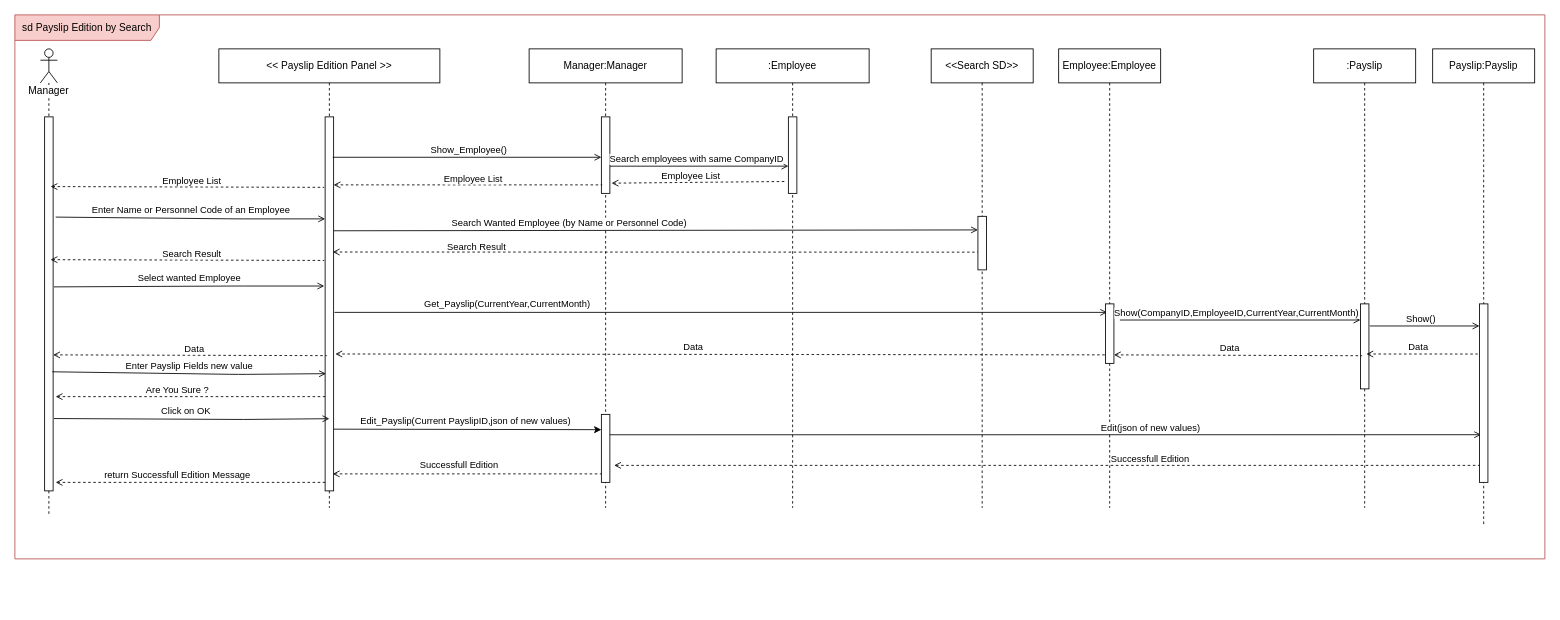
Before: page "AdEdition-SD" (9 of 20) of SequenceDiagram/Middleware_CarBaMaSequenceDiagram.drawio in MelvinMo/CarBaMa_Automotive-Sale-Application, a draw.io diagram. Source tidied: cells renumbered, new cells numbered last; positions are measured from the earlier drawing's top-left corner, leaving out a move shared by most shapes. Both pictures are drawn from the tidied source at 85%, with x=0, y=0 at pixel (14, 14).
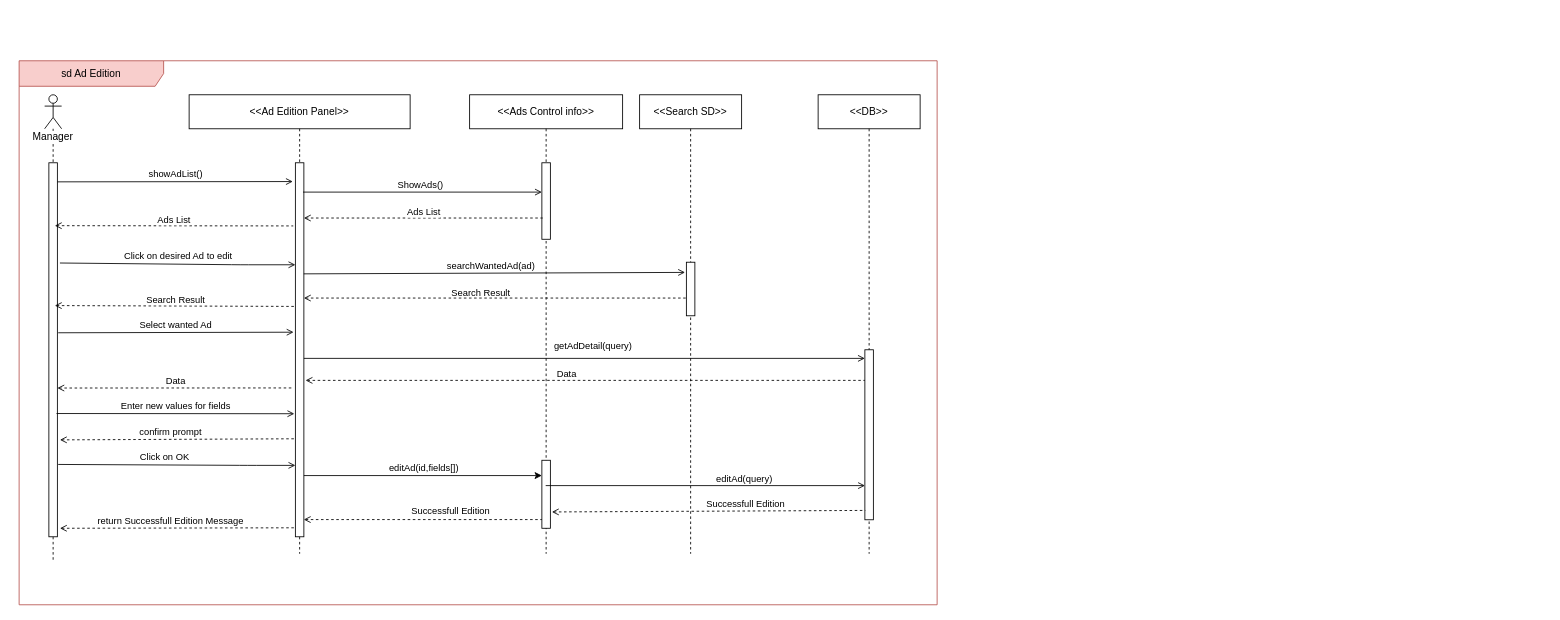
The same diagram, later.

The change refers to these unchanged cells:
```xml
<mxCell id="4" style="html=1;points=[];perimeter=orthogonalPerimeter;" parent="3" vertex="1">
  <mxGeometry x="5" y="80" width="10" height="440" as="geometry" />
</mxCell>
<mxCell id="6" style="html=1;points=[];perimeter=orthogonalPerimeter;" parent="5" vertex="1">
  <mxGeometry x="125" y="80" width="10" height="440" as="geometry" />
</mxCell>
<mxCell id="9" style="html=1;points=[];perimeter=orthogonalPerimeter;" parent="8" vertex="1">
  <mxGeometry x="85" y="80" width="10" height="90" as="geometry" />
</mxCell>
<mxCell id="10" style="html=1;points=[];perimeter=orthogonalPerimeter;" parent="8" vertex="1">
  <mxGeometry x="85" y="430" width="10" height="80" as="geometry" />
</mxCell>
<mxCell id="16" style="html=1;points=[];perimeter=orthogonalPerimeter;" parent="15" vertex="1">
  <mxGeometry x="55" y="197" width="10" height="63" as="geometry" />
</mxCell>
```

Change to the diagram source:
```diff
@@
-    <mxCell id="2" value="sd Payslip Edition by Search" style="shape=umlFrame;whiteSpace=wrap;html=1;width=170;height=30;fillColor=#f8cecc;strokeColor=#b85450;" parent="1" vertex="1">
-      <mxGeometry width="1800" height="640" as="geometry" />
+    <mxCell id="2" value="sd Ad Edition" style="shape=umlFrame;whiteSpace=wrap;html=1;width=170;height=30;fillColor=#f8cecc;strokeColor=#b85450;" parent="1" vertex="1">
+      <mxGeometry x="5" y="54" width="1080" height="640" as="geometry" />
     </mxCell>
     <mxCell id="3" value="Manager" style="shape=umlLifeline;participant=umlActor;perimeter=lifelinePerimeter;whiteSpace=wrap;html=1;verticalAlign=top;spacingTop=36;labelBackgroundColor=#ffffff;" parent="1" vertex="1">
-      <mxGeometry x="30" y="40" width="20" height="550" as="geometry" />
+      <mxGeometry x="35" y="94" width="20" height="550" as="geometry" />
     </mxCell>
@@
-    <mxCell id="5" value="&amp;lt;&amp;lt; Payslip Edition Panel &amp;gt;&amp;gt;" style="shape=umlLifeline;perimeter=lifelinePerimeter;whiteSpace=wrap;html=1;" parent="1" vertex="1">
-      <mxGeometry x="240" y="40" width="260" height="540" as="geometry" />
+    <mxCell id="5" value="&amp;lt;&amp;lt;Ad Edition Panel&amp;gt;&amp;gt;" style="shape=umlLifeline;perimeter=lifelinePerimeter;whiteSpace=wrap;html=1;" parent="1" vertex="1">
+      <mxGeometry x="205" y="94" width="260" height="540" as="geometry" />
     </mxCell>
@@
+    <mxCell id="65" value="showAdList()" style="html=1;verticalAlign=bottom;endArrow=open;endFill=0;exitX=1;exitY=0.051;exitDx=0;exitDy=0;exitPerimeter=0;" parent="5" edge="1" source="4">
+      <mxGeometry relative="1" as="geometry">
+        <mxPoint x="122" y="102.1" as="targetPoint" />
+      </mxGeometry>
+    </mxCell>
-    <mxCell id="7" value="Enter Name or Personnel Code of an Employee" style="html=1;verticalAlign=bottom;endArrow=open;endFill=0;exitX=1.3;exitY=0.268;exitDx=0;exitDy=0;exitPerimeter=0;" parent="1" edge="1" source="4" target="6">
+    <mxCell id="7" value="Click on desired Ad to edit" style="html=1;verticalAlign=bottom;endArrow=open;endFill=0;exitX=1.3;exitY=0.268;exitDx=0;exitDy=0;exitPerimeter=0;" parent="1" edge="1" source="4" target="6">
       <mxGeometry relative="1" as="geometry">
         <Array as="points">
-          <mxPoint x="260" y="240" />
+          <mxPoint x="265" y="294" />
         </Array>
       </mxGeometry>
     </mxCell>
-    <mxCell id="8" value="Manager:Manager" style="shape=umlLifeline;perimeter=lifelinePerimeter;whiteSpace=wrap;html=1;outlineConnect=0;" parent="1" vertex="1">
-      <mxGeometry x="605" y="40" width="180" height="540" as="geometry" />
+    <mxCell id="8" value="&amp;lt;&amp;lt;Ads Control info&amp;gt;&amp;gt;" style="shape=umlLifeline;perimeter=lifelinePerimeter;whiteSpace=wrap;html=1;outlineConnect=0;" parent="1" vertex="1">
+      <mxGeometry x="535" y="94" width="180" height="540" as="geometry" />
     </mxCell>
@@
-    <mxCell id="11" style="endArrow=none;dashed=1;html=1;startArrow=open;startFill=0;entryX=0.5;entryY=0.669;entryDx=0;entryDy=0;entryPerimeter=0;" parent="1" edge="1" target="16">
-      <mxGeometry relative="1" as="geometry">
-        <mxPoint x="374" y="279" as="sourcePoint" />
-      </mxGeometry>
+    <mxCell id="11" style="endArrow=none;dashed=1;html=1;startArrow=open;startFill=0;entryX=0.5;entryY=0.669;entryDx=0;entryDy=0;entryPerimeter=0;" parent="1" edge="1" source="6" target="16">
+      <mxGeometry relative="1" as="geometry" />
     </mxCell>
     <mxCell id="12" value="Search Result" style="edgeLabel;html=1;align=center;verticalAlign=middle;labelBackgroundColor=none;" parent="1" vertex="1">
-      <mxGeometry x="540" y="203" as="geometry">
+      <mxGeometry x="545" y="257" as="geometry">
         <mxPoint x="2" y="69" as="offset" />
       </mxGeometry>
     </mxCell>
-    <mxCell id="13" style="endArrow=open;html=1;entryX=0.2;entryY=0.143;entryDx=0;entryDy=0;entryPerimeter=0;endFill=0;" parent="1" edge="1" target="24">
-      <mxGeometry relative="1" as="geometry">
-        <mxPoint x="376" y="350" as="sourcePoint" />
-      </mxGeometry>
+    <mxCell id="13" value="getAdDetail(query)" style="endArrow=open;html=1;endFill=0;exitX=1;exitY=0.523;exitDx=0;exitDy=0;exitPerimeter=0;" parent="1" edge="1" source="6" target="26">
+      <mxGeometry x="0.03" y="14" relative="1" as="geometry" />
     </mxCell>
-    <mxCell id="14" value="Get_Payslip(CurrentYear,CurrentMonth)" style="edgeLabel;html=1;align=center;verticalAlign=middle;" parent="13" vertex="1">
-      <mxGeometry x="-0.5" y="2" relative="1" as="geometry">
-        <mxPoint x="-25" y="-8.3" as="offset" />
-      </mxGeometry>
-    </mxCell>
     <mxCell id="15" value="&amp;lt;&amp;lt;Search SD&amp;gt;&amp;gt;" style="shape=umlLifeline;perimeter=lifelinePerimeter;whiteSpace=wrap;html=1;" parent="1" vertex="1">
-      <mxGeometry x="1078" y="40" width="120" height="540" as="geometry" />
+      <mxGeometry x="735" y="94" width="120" height="540" as="geometry" />
     </mxCell>
@@
-    <mxCell id="17" style="endArrow=open;html=1;exitX=0.9;exitY=0.108;exitDx=0;exitDy=0;exitPerimeter=0;endFill=0;" parent="1" edge="1" source="6" target="9">
-      <mxGeometry relative="1" as="geometry" />
+    <mxCell id="17" style="endArrow=open;html=1;exitX=0.9;exitY=0.108;exitDx=0;exitDy=0;exitPerimeter=0;endFill=0;" parent="1" edge="1">
+      <mxGeometry relative="1" as="geometry">
+        <mxPoint x="339" y="208.5" as="sourcePoint" />
+        <mxPoint x="620" y="208.5" as="targetPoint" />
+      </mxGeometry>
     </mxCell>
-    <mxCell id="18" value="Show_Employee()" style="edgeLabel;html=1;align=center;verticalAlign=middle;" parent="17" vertex="1">
+    <mxCell id="18" value="ShowAds()" style="edgeLabel;html=1;align=center;verticalAlign=middle;" parent="17" vertex="1">
       <mxGeometry x="0.26" y="1" relative="1" as="geometry">
         <mxPoint x="-40" y="-8" as="offset" />
       </mxGeometry>
     </mxCell>
-    <mxCell id="19" style="endArrow=none;dashed=1;html=1;entryX=0.1;entryY=0.889;entryDx=0;entryDy=0;entryPerimeter=0;startArrow=open;startFill=0;" parent="1" edge="1" source="6" target="9">
-      <mxGeometry relative="1" as="geometry" />
+    <mxCell id="19" style="endArrow=none;dashed=1;html=1;entryX=0.1;entryY=0.889;entryDx=0;entryDy=0;entryPerimeter=0;startArrow=open;startFill=0;" parent="1" edge="1">
+      <mxGeometry relative="1" as="geometry">
+        <mxPoint x="340" y="239" as="sourcePoint" />
+        <mxPoint x="621" y="239" as="targetPoint" />
+      </mxGeometry>
     </mxCell>
-    <mxCell id="20" value="Employee List" style="edgeLabel;html=1;align=center;verticalAlign=middle;" parent="19" vertex="1">
+    <mxCell id="20" value="Ads List" style="edgeLabel;html=1;align=center;verticalAlign=middle;" parent="19" vertex="1">
       <mxGeometry x="0.27" y="-1" relative="1" as="geometry">
         <mxPoint x="-38" y="-9" as="offset" />
       </mxGeometry>
     </mxCell>
-    <mxCell id="21" value="Search Wanted Employee (by Name or Personnel Code)" style="html=1;verticalAlign=bottom;endArrow=open;endFill=0;entryX=0;entryY=0.254;entryDx=0;entryDy=0;entryPerimeter=0;" parent="1" edge="1" target="16">
-      <mxGeometry x="-0.27" relative="1" as="geometry">
-        <mxPoint x="375" y="254" as="sourcePoint" />
-      </mxGeometry>
+    <mxCell id="21" value="searchWantedAd(ad)" style="html=1;verticalAlign=bottom;endArrow=open;endFill=0;entryX=-0.154;entryY=0.19;entryDx=0;entryDy=0;entryPerimeter=0;exitX=0.985;exitY=0.297;exitDx=0;exitDy=0;exitPerimeter=0;" parent="1" edge="1" source="6" target="16">
+      <mxGeometry x="-0.02" y="-1" relative="1" as="geometry" />
     </mxCell>
-    <mxCell id="22" value="Select wanted Employee" style="html=1;verticalAlign=bottom;endArrow=open;endFill=0;exitX=1.2;exitY=0.336;exitDx=0;exitDy=0;exitPerimeter=0;" parent="1" edge="1">
+    <mxCell id="22" value="Select wanted Ad" style="html=1;verticalAlign=bottom;endArrow=open;endFill=0;exitX=1.2;exitY=0.336;exitDx=0;exitDy=0;exitPerimeter=0;entryX=-0.211;entryY=0.453;entryDx=0;entryDy=0;entryPerimeter=0;" parent="1" edge="1" target="6">
       <mxGeometry relative="1" as="geometry">
-        <mxPoint x="46" y="320" as="sourcePoint" />
-        <mxPoint x="364" y="319" as="targetPoint" />
-        <Array as="points">
-          <mxPoint x="259" y="319" />
-        </Array>
+        <mxPoint x="51" y="374" as="sourcePoint" />
       </mxGeometry>
     </mxCell>
-    <mxCell id="23" value="Employee:Employee" style="shape=umlLifeline;perimeter=lifelinePerimeter;whiteSpace=wrap;html=1;" parent="1" vertex="1">
-      <mxGeometry x="1228" y="40" width="120" height="540" as="geometry" />
-    </mxCell>
-    <mxCell id="24" style="html=1;points=[];perimeter=orthogonalPerimeter;" parent="23" vertex="1">
-      <mxGeometry x="55" y="300" width="10" height="70" as="geometry" />
-    </mxCell>
-    <mxCell id="25" value=":Payslip" style="shape=umlLifeline;perimeter=lifelinePerimeter;whiteSpace=wrap;html=1;" parent="1" vertex="1">
-      <mxGeometry x="1528" y="40" width="120" height="540" as="geometry" />
+    <mxCell id="25" value="&amp;lt;&amp;lt;DB&amp;gt;&amp;gt;" style="shape=umlLifeline;perimeter=lifelinePerimeter;whiteSpace=wrap;html=1;" parent="1" vertex="1">
+      <mxGeometry x="945" y="94" width="120" height="540" as="geometry" />
     </mxCell>
     <mxCell id="26" style="html=1;points=[];perimeter=orthogonalPerimeter;" parent="25" vertex="1">
-      <mxGeometry x="55" y="300" width="10" height="100" as="geometry" />
+      <mxGeometry x="55" y="300" width="10" height="200" as="geometry" />
     </mxCell>
-    <mxCell id="27" style="endArrow=open;html=1;endFill=0;entryX=0;entryY=0.19;entryDx=0;entryDy=0;entryPerimeter=0;" parent="1" edge="1" target="26">
-      <mxGeometry relative="1" as="geometry">
-        <mxPoint x="1300" y="359" as="sourcePoint" />
-      </mxGeometry>
-    </mxCell>
-    <mxCell id="28" value="Show(CompanyID,EmployeeID,CurrentYear,CurrentMonth)" style="edgeLabel;html=1;align=center;verticalAlign=middle;" parent="27" vertex="1">
-      <mxGeometry x="-0.17" y="-2" relative="1" as="geometry">
-        <mxPoint x="19" y="-11" as="offset" />
-      </mxGeometry>
-    </mxCell>
-    <mxCell id="29" style="endArrow=none;dashed=1;html=1;startArrow=open;startFill=0;entryX=0.2;entryY=0.61;entryDx=0;entryDy=0;entryPerimeter=0;exitX=1;exitY=0.857;exitDx=0;exitDy=0;exitPerimeter=0;" parent="1" edge="1" source="24" target="26">
-      <mxGeometry relative="1" as="geometry" />
-    </mxCell>
-    <mxCell id="30" value="Data" style="edgeLabel;html=1;align=center;verticalAlign=middle;" parent="29" vertex="1">
-      <mxGeometry x="-0.07" y="-1" relative="1" as="geometry">
-        <mxPoint y="-10" as="offset" />
-      </mxGeometry>
-    </mxCell>
-    <mxCell id="31" style="endArrow=none;dashed=1;html=1;startArrow=open;startFill=0;exitX=1.2;exitY=0.634;exitDx=0;exitDy=0;exitPerimeter=0;entryX=0;entryY=0.857;entryDx=0;entryDy=0;entryPerimeter=0;" parent="1" edge="1" source="6" target="24">
-      <mxGeometry relative="1" as="geometry" />
+    <mxCell id="31" style="endArrow=none;dashed=1;html=1;startArrow=open;startFill=0;exitX=1.2;exitY=0.634;exitDx=0;exitDy=0;exitPerimeter=0;" parent="1" edge="1" target="26">
+      <mxGeometry relative="1" as="geometry">
+        <mxPoint x="342" y="430" as="sourcePoint" />
+      </mxGeometry>
     </mxCell>
@@
-    <mxCell id="33" value="Enter Payslip Fields new value" style="html=1;verticalAlign=bottom;endArrow=open;endFill=0;exitX=0.9;exitY=0.797;exitDx=0;exitDy=0;exitPerimeter=0;entryX=0.1;entryY=0.803;entryDx=0;entryDy=0;entryPerimeter=0;" parent="1" edge="1">
+    <mxCell id="33" value="Enter new values for fields" style="html=1;verticalAlign=bottom;endArrow=open;endFill=0;entryX=-0.122;entryY=0.671;entryDx=0;entryDy=0;entryPerimeter=0;" parent="1" edge="1" target="6">
       <mxGeometry relative="1" as="geometry">
-        <mxPoint x="44" y="419.9" as="sourcePoint" />
-        <mxPoint x="366" y="422.1" as="targetPoint" />
-        <Array as="points">
-          <mxPoint x="263" y="423" />
-        </Array>
+        <mxPoint x="49" y="469" as="sourcePoint" />
       </mxGeometry>
     </mxCell>
     <mxCell id="34" style="endArrow=classic;html=1;entryX=0;entryY=0.225;entryDx=0;entryDy=0;entryPerimeter=0;" parent="1" edge="1" target="10">
       <mxGeometry relative="1" as="geometry">
-        <mxPoint x="375" y="487.4" as="sourcePoint" />
+        <mxPoint x="340" y="542" as="sourcePoint" />
       </mxGeometry>
     </mxCell>
-    <mxCell id="35" value="Edit_Payslip(Current PayslipID,json of new values)" style="edgeLabel;html=1;align=center;verticalAlign=middle;" parent="34" vertex="1">
+    <mxCell id="35" value="editAd(id,fields[])" style="edgeLabel;html=1;align=center;verticalAlign=middle;" parent="34" vertex="1">
       <mxGeometry x="-0.16" y="2" relative="1" as="geometry">
         <mxPoint x="22" y="-8" as="offset" />
       </mxGeometry>
     </mxCell>
-    <mxCell id="36" style="endArrow=open;html=1;endFill=0;entryX=0.2;entryY=0.733;entryDx=0;entryDy=0;entryPerimeter=0;" parent="1" edge="1" target="39">
-      <mxGeometry relative="1" as="geometry">
-        <mxPoint x="700" y="494" as="sourcePoint" />
-      </mxGeometry>
+    <mxCell id="36" style="endArrow=open;html=1;endFill=0;entryX=0.016;entryY=0.799;entryDx=0;entryDy=0;entryPerimeter=0;" parent="1" edge="1" source="8" target="26">
+      <mxGeometry relative="1" as="geometry" />
     </mxCell>
-    <mxCell id="37" value="Edit(json of new values)" style="edgeLabel;html=1;align=center;verticalAlign=middle;" parent="36" vertex="1">
+    <mxCell id="37" value="editAd(query)" style="edgeLabel;html=1;align=center;verticalAlign=middle;" parent="36" vertex="1">
       <mxGeometry x="0.24" relative="1" as="geometry">
         <mxPoint y="-8" as="offset" />
       </mxGeometry>
     </mxCell>
-    <mxCell id="38" value="Payslip:Payslip" style="shape=umlLifeline;perimeter=lifelinePerimeter;whiteSpace=wrap;html=1;" parent="1" vertex="1">
-      <mxGeometry x="1668" y="40" width="120" height="560" as="geometry" />
-    </mxCell>
-    <mxCell id="39" style="html=1;points=[];perimeter=orthogonalPerimeter;" parent="38" vertex="1">
-      <mxGeometry x="55" y="300" width="10" height="210" as="geometry" />
-    </mxCell>
-    <mxCell id="40" style="endArrow=none;html=1;exitX=1.5;exitY=0.75;exitDx=0;exitDy=0;exitPerimeter=0;endFill=0;dashed=1;startArrow=open;startFill=0;" parent="1" edge="1" source="10" target="39">
+    <mxCell id="40" style="endArrow=none;html=1;exitX=1.18;exitY=0.76;exitDx=0;exitDy=0;exitPerimeter=0;endFill=0;dashed=1;startArrow=open;startFill=0;entryX=0.051;entryY=0.945;entryDx=0;entryDy=0;entryPerimeter=0;" parent="1" edge="1" source="10" target="26">
       <mxGeometry relative="1" as="geometry" />
     </mxCell>
@@
-    <mxCell id="42" style="endArrow=none;dashed=1;html=1;exitX=1.3;exitY=0.748;exitDx=0;exitDy=0;exitPerimeter=0;startArrow=open;startFill=0;" parent="1" edge="1" source="4" target="6">
-      <mxGeometry relative="1" as="geometry" />
+    <mxCell id="42" style="endArrow=none;dashed=1;html=1;startArrow=open;startFill=0;entryX=-0.122;entryY=0.738;entryDx=0;entryDy=0;entryPerimeter=0;" parent="1" edge="1" target="6">
+      <mxGeometry relative="1" as="geometry">
+        <mxPoint x="53" y="500" as="sourcePoint" />
+      </mxGeometry>
     </mxCell>
-    <mxCell id="43" value="Are You Sure ?" style="edgeLabel;html=1;align=center;verticalAlign=middle;" parent="42" vertex="1">
+    <mxCell id="43" value="confirm prompt" style="edgeLabel;html=1;align=center;verticalAlign=middle;" parent="42" vertex="1">
       <mxGeometry x="-0.37" y="-4" relative="1" as="geometry">
         <mxPoint x="42" y="-13.1" as="offset" />
       </mxGeometry>
     </mxCell>
-    <mxCell id="44" value="Click on OK" style="html=1;verticalAlign=bottom;endArrow=open;endFill=0;exitX=1.1;exitY=0.793;exitDx=0;exitDy=0;exitPerimeter=0;entryX=0.5;entryY=0.807;entryDx=0;entryDy=0;entryPerimeter=0;" parent="1" edge="1" target="6">
+    <mxCell id="44" value="Click on OK" style="html=1;verticalAlign=bottom;endArrow=open;endFill=0;exitX=1.1;exitY=0.793;exitDx=0;exitDy=0;exitPerimeter=0;" parent="1" edge="1">
       <mxGeometry x="0.38" y="69" relative="1" as="geometry">
-        <mxPoint x="46" y="474.9" as="sourcePoint" />
+        <mxPoint x="51" y="528.9" as="sourcePoint" />
+        <mxPoint x="330" y="530" as="targetPoint" />
         <Array as="points">
-          <mxPoint x="269" y="476" />
+          <mxPoint x="274" y="530" />
         </Array>
         <mxPoint x="-68" y="68" as="offset" />
       </mxGeometry>
     </mxCell>
-    <mxCell id="45" style="endArrow=none;dashed=1;html=1;startArrow=open;startFill=0;" parent="1" edge="1" target="10">
-      <mxGeometry relative="1" as="geometry">
-        <mxPoint x="374" y="540" as="sourcePoint" />
-      </mxGeometry>
+    <mxCell id="45" style="endArrow=none;dashed=1;html=1;startArrow=open;startFill=0;exitX=0.989;exitY=0.954;exitDx=0;exitDy=0;exitPerimeter=0;" parent="1" edge="1" source="6" target="10">
+      <mxGeometry relative="1" as="geometry" />
     </mxCell>
-    <mxCell id="46" style="endArrow=none;dashed=1;html=1;exitX=1.3;exitY=0.748;exitDx=0;exitDy=0;exitPerimeter=0;startArrow=open;startFill=0;" parent="1" edge="1">
+    <mxCell id="46" style="endArrow=none;dashed=1;html=1;exitX=1.3;exitY=0.748;exitDx=0;exitDy=0;exitPerimeter=0;startArrow=open;startFill=0;entryX=-0.078;entryY=0.976;entryDx=0;entryDy=0;entryPerimeter=0;" parent="1" edge="1" target="6">
       <mxGeometry relative="1" as="geometry">
-        <mxPoint x="48" y="550" as="sourcePoint" />
-        <mxPoint x="365" y="550" as="targetPoint" />
+        <mxPoint x="53" y="604" as="sourcePoint" />
       </mxGeometry>
     </mxCell>
@@
-    <mxCell id="48" style="endArrow=open;html=1;exitX=1.1;exitY=0.26;exitDx=0;exitDy=0;exitPerimeter=0;endFill=0;" parent="1" edge="1" source="26" target="39">
-      <mxGeometry relative="1" as="geometry" />
-    </mxCell>
-    <mxCell id="49" value="Show()" style="edgeLabel;html=1;align=center;verticalAlign=middle;" parent="48" vertex="1">
-      <mxGeometry x="0.26" y="-1" relative="1" as="geometry">
-        <mxPoint x="-22" y="-10" as="offset" />
-      </mxGeometry>
-    </mxCell>
-    <mxCell id="50" style="endArrow=none;html=1;endFill=0;startArrow=open;startFill=0;dashed=1;entryX=-0.2;entryY=0.281;entryDx=0;entryDy=0;entryPerimeter=0;" parent="1" edge="1" target="39">
-      <mxGeometry relative="1" as="geometry">
-        <mxPoint x="1590" y="399" as="sourcePoint" />
-      </mxGeometry>
-    </mxCell>
-    <mxCell id="51" value="Data" style="edgeLabel;html=1;align=center;verticalAlign=middle;" parent="50" vertex="1">
-      <mxGeometry x="0.26" y="-1" relative="1" as="geometry">
-        <mxPoint x="-22" y="-10" as="offset" />
-      </mxGeometry>
-    </mxCell>
     <mxCell id="52" value="Successfull Edition&amp;nbsp;" style="edgeLabel;html=1;align=center;verticalAlign=middle;" parent="1" vertex="1">
-      <mxGeometry x="1173" y="531" as="geometry">
+      <mxGeometry x="1163" y="585" as="geometry">
         <mxPoint x="-650" y="-2" as="offset" />
       </mxGeometry>
     </mxCell>
-    <mxCell id="53" value=":Employee" style="shape=umlLifeline;perimeter=lifelinePerimeter;whiteSpace=wrap;html=1;" parent="1" vertex="1">
-      <mxGeometry x="825" y="40" width="180" height="540" as="geometry" />
-    </mxCell>
-    <mxCell id="54" style="html=1;points=[];perimeter=orthogonalPerimeter;" parent="53" vertex="1">
-      <mxGeometry x="85" y="80" width="10" height="90" as="geometry" />
-    </mxCell>
-    <mxCell id="55" style="endArrow=open;html=1;endFill=0;entryX=0;entryY=0.644;entryDx=0;entryDy=0;entryPerimeter=0;" parent="1" edge="1" target="54">
-      <mxGeometry relative="1" as="geometry">
-        <mxPoint x="700" y="178" as="sourcePoint" />
-      </mxGeometry>
-    </mxCell>
-    <mxCell id="56" value="Search employees with same CompanyID" style="edgeLabel;html=1;align=center;verticalAlign=middle;" parent="55" vertex="1">
-      <mxGeometry x="0.26" y="1" relative="1" as="geometry">
-        <mxPoint x="-30" y="-7" as="offset" />
-      </mxGeometry>
-    </mxCell>
-    <mxCell id="57" style="endArrow=none;dashed=1;html=1;entryX=-0.3;entryY=0.878;entryDx=0;entryDy=0;entryPerimeter=0;startArrow=open;startFill=0;exitX=1.2;exitY=0.9;exitDx=0;exitDy=0;exitPerimeter=0;" parent="1" edge="1">
-      <mxGeometry relative="1" as="geometry">
-        <mxPoint x="702" y="198" as="sourcePoint" />
-        <mxPoint x="907" y="196" as="targetPoint" />
-      </mxGeometry>
-    </mxCell>
-    <mxCell id="58" value="Employee List" style="edgeLabel;html=1;align=center;verticalAlign=middle;" parent="57" vertex="1">
-      <mxGeometry x="0.27" y="-1" relative="1" as="geometry">
-        <mxPoint x="-38" y="-9" as="offset" />
-      </mxGeometry>
-    </mxCell>
-    <mxCell id="59" style="endArrow=none;dashed=1;html=1;entryX=0.2;entryY=0.207;entryDx=0;entryDy=0;entryPerimeter=0;startArrow=open;startFill=0;exitX=1;exitY=0.205;exitDx=0;exitDy=0;exitPerimeter=0;" parent="1" edge="1">
+    <mxCell id="59" style="endArrow=none;dashed=1;html=1;entryX=-0.246;entryY=0.187;entryDx=0;entryDy=0;entryPerimeter=0;startArrow=open;startFill=0;exitX=1;exitY=0.205;exitDx=0;exitDy=0;exitPerimeter=0;" parent="1" edge="1">
       <mxGeometry relative="1" as="geometry">
-        <mxPoint x="42" y="202" as="sourcePoint" />
-        <mxPoint x="364" y="202.9" as="targetPoint" />
+        <mxPoint x="47" y="248" as="sourcePoint" />
+        <mxPoint x="327.5" y="248.3" as="targetPoint" />
       </mxGeometry>
     </mxCell>
-    <mxCell id="60" value="Employee List" style="edgeLabel;html=1;align=center;verticalAlign=middle;" parent="59" vertex="1">
+    <mxCell id="60" value="Ads List" style="edgeLabel;html=1;align=center;verticalAlign=middle;" parent="59" vertex="1">
       <mxGeometry x="0.27" y="-1" relative="1" as="geometry">
         <mxPoint x="-38" y="-9" as="offset" />
       </mxGeometry>
     </mxCell>
-    <mxCell id="61" style="endArrow=none;dashed=1;html=1;entryX=0.2;entryY=0.207;entryDx=0;entryDy=0;entryPerimeter=0;startArrow=open;startFill=0;exitX=1;exitY=0.205;exitDx=0;exitDy=0;exitPerimeter=0;" parent="1" edge="1">
+    <mxCell id="61" style="endArrow=none;dashed=1;html=1;startArrow=open;startFill=0;exitX=1;exitY=0.205;exitDx=0;exitDy=0;exitPerimeter=0;" parent="1" edge="1">
       <mxGeometry relative="1" as="geometry">
-        <mxPoint x="42" y="288" as="sourcePoint" />
-        <mxPoint x="364" y="288.9" as="targetPoint" />
+        <mxPoint x="47" y="342" as="sourcePoint" />
+        <mxPoint x="330" y="343" as="targetPoint" />
       </mxGeometry>
     </mxCell>
@@
-    <mxCell id="63" style="endArrow=none;dashed=1;html=1;entryX=0.2;entryY=0.207;entryDx=0;entryDy=0;entryPerimeter=0;startArrow=open;startFill=0;exitX=1;exitY=0.205;exitDx=0;exitDy=0;exitPerimeter=0;" parent="1" edge="1">
+    <mxCell id="63" style="endArrow=none;dashed=1;html=1;entryX=-0.3;entryY=0.627;entryDx=0;entryDy=0;entryPerimeter=0;startArrow=open;startFill=0;" parent="1" edge="1">
       <mxGeometry relative="1" as="geometry">
-        <mxPoint x="45" y="400" as="sourcePoint" />
-        <mxPoint x="367" y="400.9" as="targetPoint" />
+        <mxPoint x="50" y="439" as="sourcePoint" />
+        <mxPoint x="327" y="438.9" as="targetPoint" />
       </mxGeometry>
     </mxCell>
```
